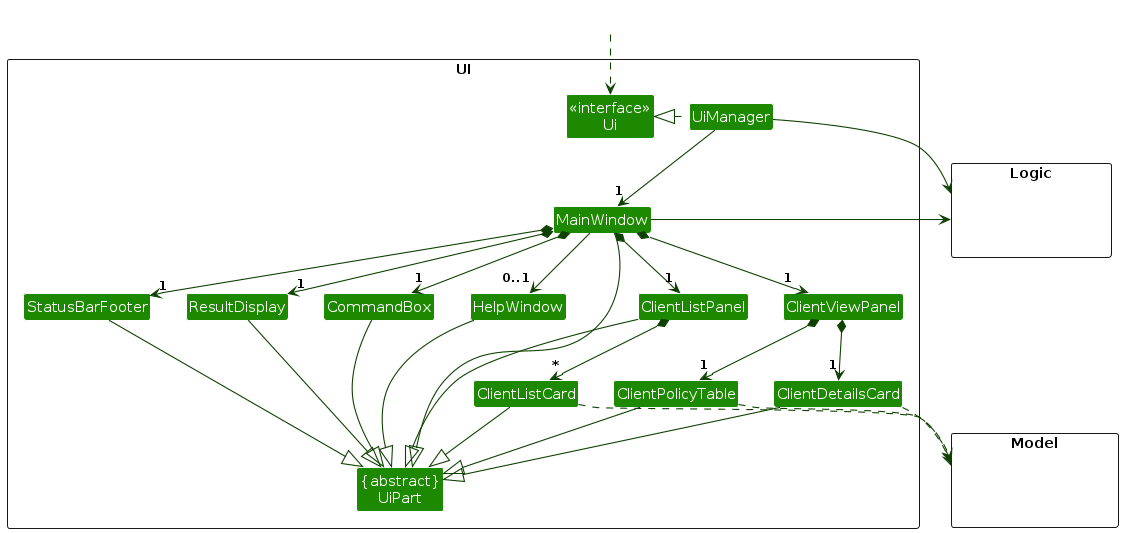
Before: diagrams/UiClassDiagram.png, a diagram exported from PlantUML (getsquared/tp). Its source is kept beside it as diagrams/UiClassDiagram.puml.
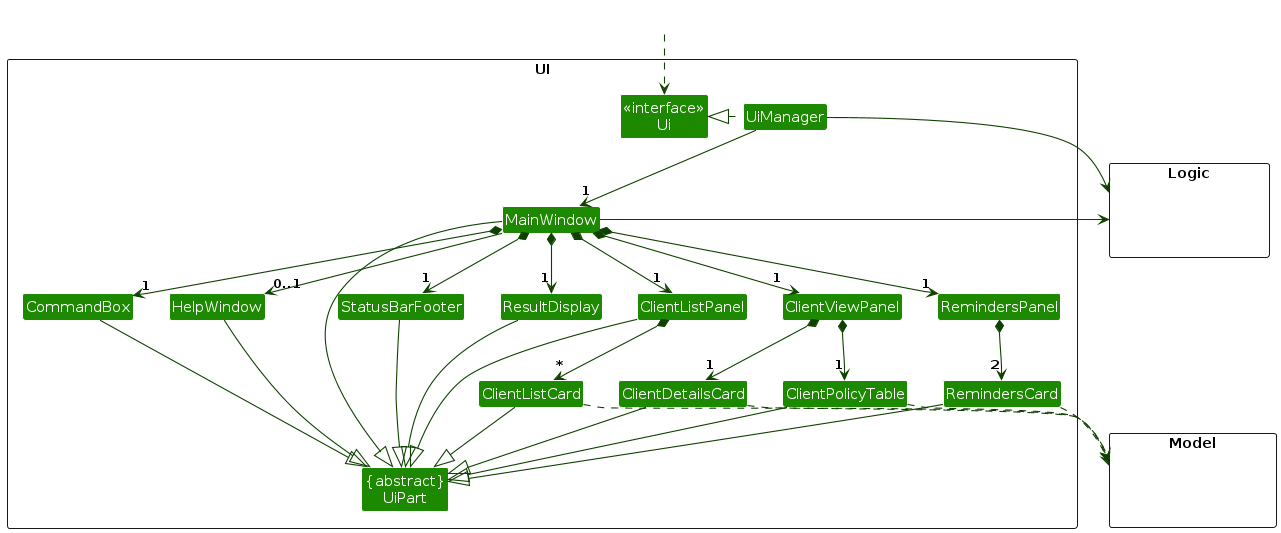
Later version of the same file.

What changed in the source:
```diff
@@ -16,6 +16,8 @@
 Class ClientDetailsCard
 Class ClientViewPanel
 Class ClientPolicyTable
+Class RemindersPanel
+Class RemindersCard
 Class StatusBarFooter
 Class CommandBox
 }
@@ -37,6 +39,7 @@
 MainWindow *-down-> "1" ResultDisplay
 MainWindow *-down-> "1" ClientListPanel
 MainWindow *-down-> "1" ClientViewPanel
+MainWindow *-down-> "1" RemindersPanel
 MainWindow *-down-> "1" StatusBarFooter
 MainWindow --> "0..1" HelpWindow
 
@@ -44,6 +47,8 @@
 
 ClientViewPanel *-down-> "1" ClientDetailsCard
 ClientViewPanel *-down-> "1" ClientPolicyTable
+
+RemindersPanel *-down-> "2" RemindersCard
 
 MainWindow -left-|> UiPart
 
@@ -53,12 +58,14 @@
 ClientListCard --|> UiPart
 ClientDetailsCard --|> UiPart
 ClientPolicyTable --|> UiPart
+RemindersCard --|> UiPart
 StatusBarFooter --|> UiPart
 HelpWindow --|> UiPart
 
 ClientListCard ..> Model
 ClientDetailsCard ..> Model
 ClientPolicyTable ..> Model
+RemindersCard ..> Model
 UiManager -right-> Logic
 MainWindow -left-> Logic
 
```
